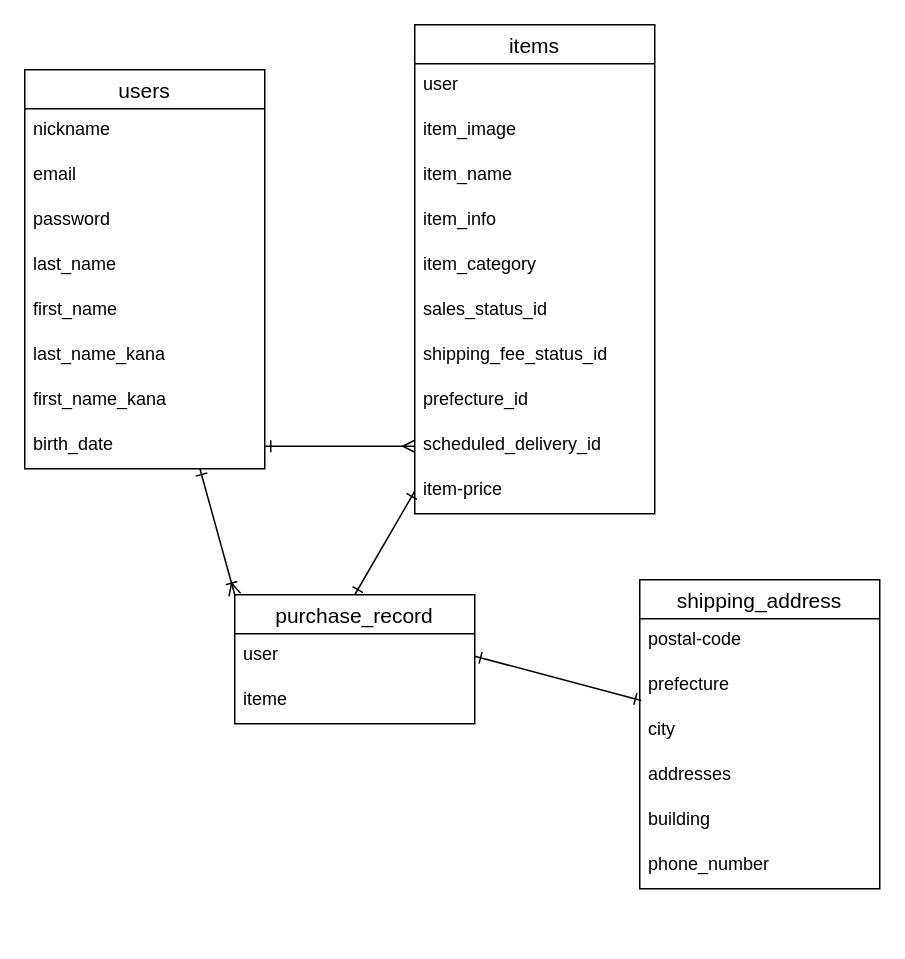
Above: test.dio in junya1031/furima-39550 (draw.io), before the change. Source tidied: cells renumbered, new cells numbered last; positions are measured from the earlier drawing's top-left corner, leaving out a move shared by most shapes. Both pictures are drawn from the tidied source at 150%, with x=0, y=0 at pixel (24, 24).
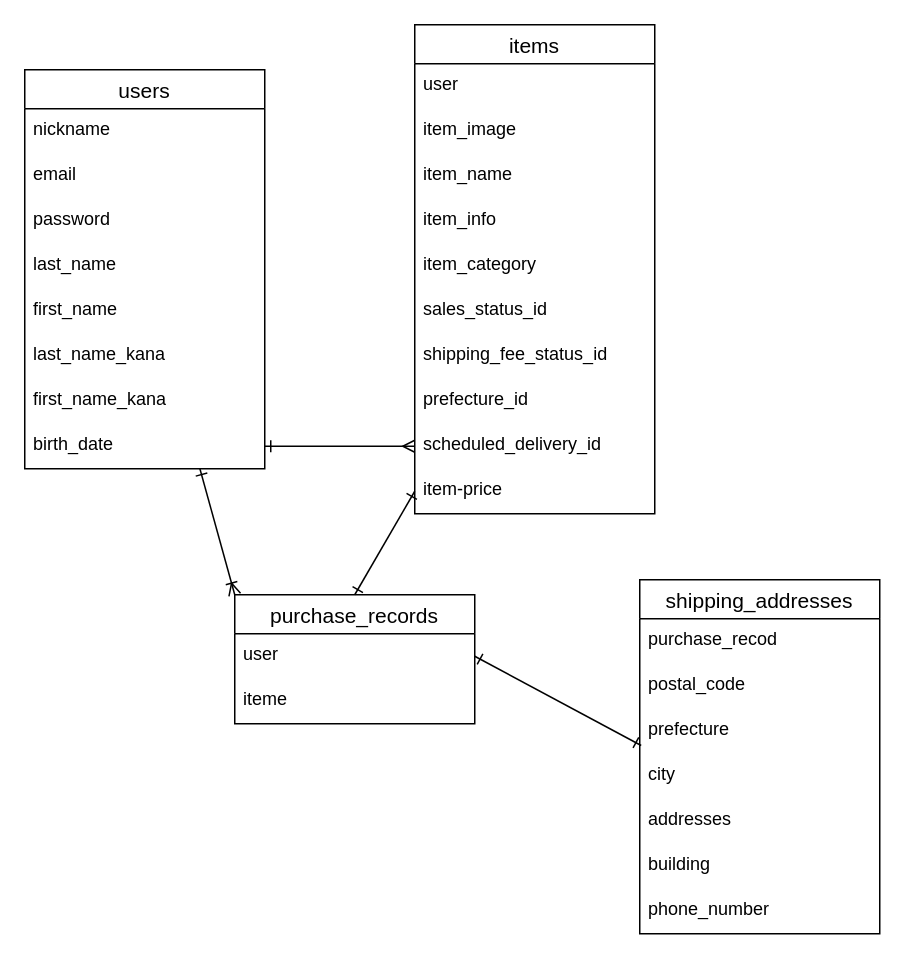
The same page after the edit.

The edit, as a diff of the source:
```diff
@@
-    <mxCell id="23" value="shipping_address" style="swimlane;fontStyle=0;horizontal=1;startSize=26;align=center;fontSize=14;" parent="1" vertex="1">
-      <mxGeometry x="410" y="370" width="160" height="206" as="geometry" />
+    <mxCell id="23" value="shipping_addresses" style="swimlane;fontStyle=0;horizontal=1;startSize=26;align=center;fontSize=14;" parent="1" vertex="1">
+      <mxGeometry x="410" y="370" width="160" height="236" as="geometry" />
     </mxCell>
+    <mxCell id="36" value="purchase_recod" style="text;strokeColor=none;fillColor=none;spacingLeft=4;spacingRight=4;overflow=hidden;fontSize=12;" parent="23" vertex="1">
+      <mxGeometry y="26" width="160" height="30" as="geometry" />
+    </mxCell>
-    <mxCell id="24" value="postal-code" style="text;strokeColor=none;fillColor=none;spacingLeft=4;spacingRight=4;overflow=hidden;fontSize=12;" parent="23" vertex="1">
-      <mxGeometry y="26" width="160" height="30" as="geometry" />
+    <mxCell id="24" value="postal_code" style="text;strokeColor=none;fillColor=none;spacingLeft=4;spacingRight=4;overflow=hidden;fontSize=12;" parent="23" vertex="1">
+      <mxGeometry y="56" width="160" height="30" as="geometry" />
     </mxCell>
     <mxCell id="25" value="prefecture" style="text;strokeColor=none;fillColor=none;spacingLeft=4;spacingRight=4;overflow=hidden;fontSize=12;" parent="23" vertex="1">
-      <mxGeometry y="56" width="160" height="30" as="geometry" />
+      <mxGeometry y="86" width="160" height="30" as="geometry" />
     </mxCell>
     <mxCell id="26" value="city" style="text;strokeColor=none;fillColor=none;spacingLeft=4;spacingRight=4;overflow=hidden;points=[[0,0.5],[1,0.5]];portConstraint=eastwest;fontSize=12;" parent="23" vertex="1">
-      <mxGeometry y="86" width="160" height="30" as="geometry" />
+      <mxGeometry y="116" width="160" height="30" as="geometry" />
     </mxCell>
     <mxCell id="27" value="addresses" style="text;strokeColor=none;fillColor=none;spacingLeft=4;spacingRight=4;overflow=hidden;fontSize=12;" parent="23" vertex="1">
-      <mxGeometry y="116" width="160" height="30" as="geometry" />
+      <mxGeometry y="146" width="160" height="30" as="geometry" />
     </mxCell>
     <mxCell id="28" value="building" style="text;strokeColor=none;fillColor=none;spacingLeft=4;spacingRight=4;overflow=hidden;fontSize=12;" parent="23" vertex="1">
-      <mxGeometry y="146" width="160" height="30" as="geometry" />
+      <mxGeometry y="176" width="160" height="30" as="geometry" />
     </mxCell>
     <mxCell id="29" value="phone_number" style="text;strokeColor=none;fillColor=none;spacingLeft=4;spacingRight=4;overflow=hidden;fontSize=12;" parent="23" vertex="1">
-      <mxGeometry y="176" width="160" height="30" as="geometry" />
+      <mxGeometry y="206" width="160" height="30" as="geometry" />
     </mxCell>
@@
-    <mxCell id="31" value="purchase_record" style="swimlane;fontStyle=0;horizontal=1;startSize=26;align=center;fontSize=14;" parent="1" vertex="1">
+    <mxCell id="31" value="purchase_records" style="swimlane;fontStyle=0;horizontal=1;startSize=26;align=center;fontSize=14;" parent="1" vertex="1">
       <mxGeometry x="140" y="380" width="160" height="86" as="geometry" />
     </mxCell>
```
